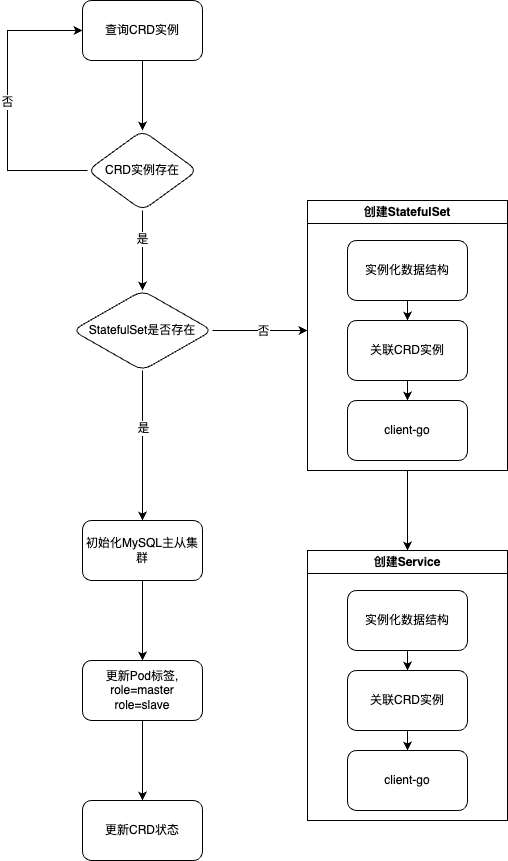
The draw.io diagram diagrams/MysqlOperator流程图.png in kbsonlong/notes_statics, before a commit. Source tidied: cells renumbered, new cells last; positions are measured from the earlier drawing's top-left corner, leaving out a move shared by most shapes.
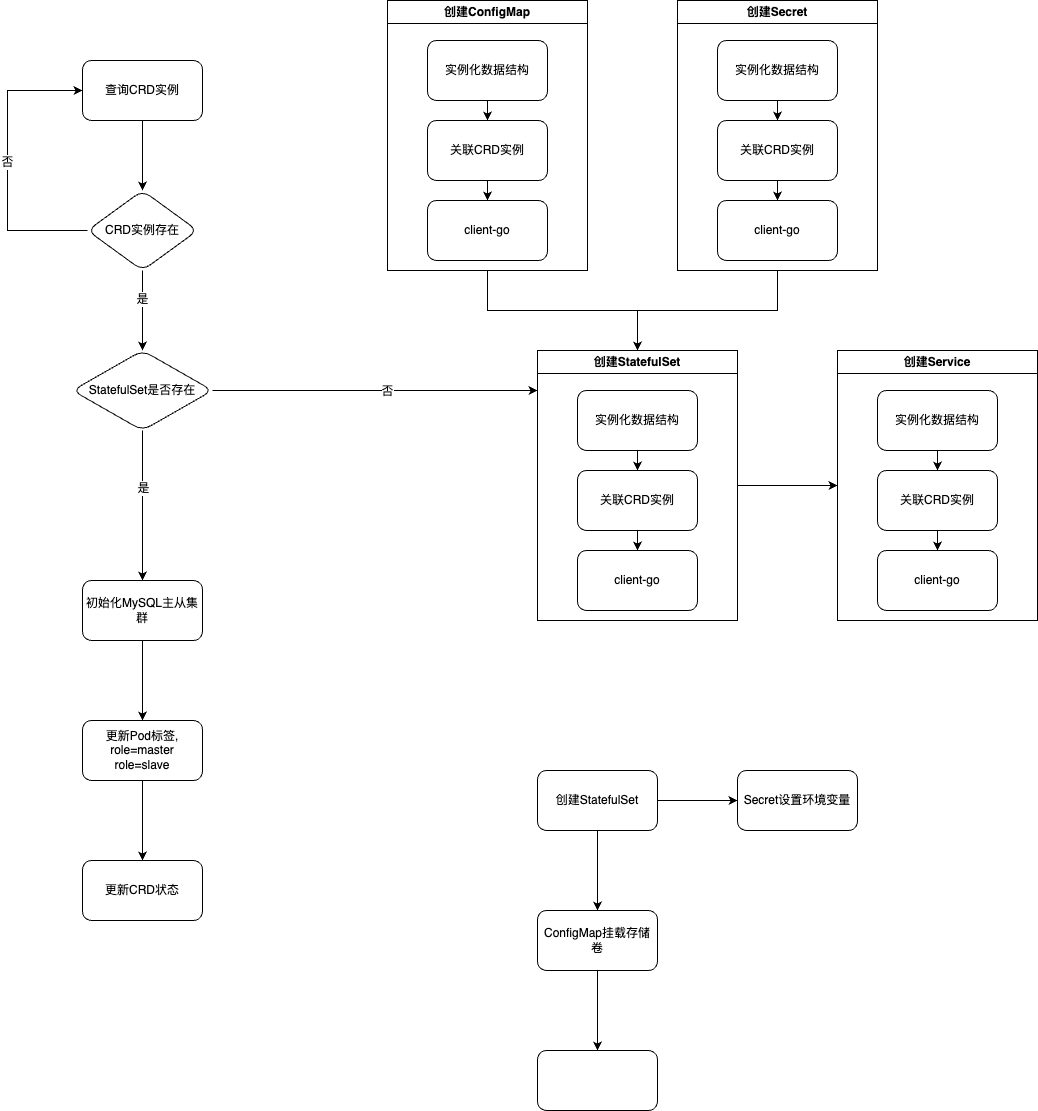
After the change.

Commit message:
更新MysqlOperator流程图.png

What changed in the source:
```diff
@@ -33,7 +33,7 @@
     </mxCell>
     <mxCell id="10" style="edgeStyle=orthogonalEdgeStyle;rounded=0;jettySize=auto;html=1;" parent="1" edge="1" source="12">
       <mxGeometry relative="1" as="geometry">
-        <mxPoint x="300" y="330" as="targetPoint" />
+        <mxPoint x="530" y="330" as="targetPoint" />
       </mxGeometry>
     </mxCell>
     <mxCell id="11" value="否" style="edgeLabel;html=1;align=center;verticalAlign=middle;" parent="10" vertex="1">
@@ -58,7 +58,7 @@
       <mxGeometry relative="1" as="geometry" />
     </mxCell>
     <mxCell id="18" value="实例化数据结构" style="whiteSpace=wrap;html=1;rounded=1;" parent="1" vertex="1">
-      <mxGeometry x="340" y="240" width="120" height="60" as="geometry" />
+      <mxGeometry x="420" y="-20" width="120" height="60" as="geometry" />
     </mxCell>
     <mxCell id="19" style="edgeStyle=orthogonalEdgeStyle;rounded=0;jettySize=auto;html=1;" parent="1" edge="1" source="21" target="22">
       <mxGeometry relative="1" as="geometry" />
@@ -67,22 +67,22 @@
       <mxGeometry relative="1" as="geometry" />
     </mxCell>
     <mxCell id="21" value="关联CRD实例" style="whiteSpace=wrap;html=1;rounded=1;" parent="1" vertex="1">
-      <mxGeometry x="340" y="320" width="120" height="60" as="geometry" />
+      <mxGeometry x="420" y="60" width="120" height="60" as="geometry" />
     </mxCell>
     <mxCell id="22" value="client-go" style="whiteSpace=wrap;html=1;rounded=1;" parent="1" vertex="1">
-      <mxGeometry x="340" y="400" width="120" height="60" as="geometry" />
+      <mxGeometry x="420" y="140" width="120" height="60" as="geometry" />
     </mxCell>
-    <mxCell id="23" style="edgeStyle=orthogonalEdgeStyle;rounded=0;jettySize=auto;html=1;exitX=0.5;exitY=1;exitDx=0;exitDy=0;entryX=0.5;entryY=0;entryDx=0;entryDy=0;" parent="1" edge="1" source="24" target="31">
-      <mxGeometry relative="1" as="geometry" />
-    </mxCell>
+    <mxCell id="33" style="edgeStyle=orthogonalEdgeStyle;rounded=0;jettySize=auto;html=1;entryX=0.5;entryY=0;entryDx=0;entryDy=0;" parent="1" edge="1" source="24" target="49">
+      <mxGeometry relative="1" as="geometry" />
+    </mxCell>
-    <mxCell id="24" value="创建StatefulSet" style="swimlane;whiteSpace=wrap;html=1;" parent="1" vertex="1">
-      <mxGeometry x="300" y="200" width="200" height="270" as="geometry" />
+    <mxCell id="24" value="创建ConfigMap" style="swimlane;whiteSpace=wrap;html=1;" parent="1" vertex="1">
+      <mxGeometry x="380" y="-60" width="200" height="270" as="geometry" />
     </mxCell>
     <mxCell id="25" style="edgeStyle=orthogonalEdgeStyle;rounded=0;jettySize=auto;html=1;" parent="1" edge="1" source="26" target="29">
       <mxGeometry relative="1" as="geometry" />
     </mxCell>
     <mxCell id="26" value="实例化数据结构" style="whiteSpace=wrap;html=1;rounded=1;" parent="1" vertex="1">
-      <mxGeometry x="340" y="590" width="120" height="60" as="geometry" />
+      <mxGeometry x="870" y="330" width="120" height="60" as="geometry" />
     </mxCell>
     <mxCell id="27" style="edgeStyle=orthogonalEdgeStyle;rounded=0;jettySize=auto;html=1;" parent="1" edge="1" source="29" target="30">
       <mxGeometry relative="1" as="geometry" />
@@ -91,16 +91,85 @@
       <mxGeometry relative="1" as="geometry" />
     </mxCell>
     <mxCell id="29" value="关联CRD实例" style="whiteSpace=wrap;html=1;rounded=1;" parent="1" vertex="1">
-      <mxGeometry x="340" y="670" width="120" height="60" as="geometry" />
+      <mxGeometry x="870" y="410" width="120" height="60" as="geometry" />
     </mxCell>
     <mxCell id="30" value="client-go" style="whiteSpace=wrap;html=1;rounded=1;" parent="1" vertex="1">
-      <mxGeometry x="340" y="750" width="120" height="60" as="geometry" />
+      <mxGeometry x="870" y="490" width="120" height="60" as="geometry" />
     </mxCell>
     <mxCell id="31" value="创建Service" style="swimlane;whiteSpace=wrap;html=1;" parent="1" vertex="1">
-      <mxGeometry x="300" y="550" width="200" height="270" as="geometry" />
+      <mxGeometry x="830" y="290" width="200" height="270" as="geometry" />
     </mxCell>
     <mxCell id="32" value="更新CRD状态" style="whiteSpace=wrap;html=1;rounded=1;" parent="1" vertex="1">
       <mxGeometry x="75" y="800" width="120" height="60" as="geometry" />
     </mxCell>
+    <mxCell id="34" style="edgeStyle=orthogonalEdgeStyle;rounded=0;jettySize=auto;html=1;" parent="1" edge="1" source="35" target="38">
+      <mxGeometry relative="1" as="geometry" />
+    </mxCell>
+    <mxCell id="35" value="实例化数据结构" style="whiteSpace=wrap;html=1;rounded=1;" parent="1" vertex="1">
+      <mxGeometry x="710" y="-20" width="120" height="60" as="geometry" />
+    </mxCell>
+    <mxCell id="36" style="edgeStyle=orthogonalEdgeStyle;rounded=0;jettySize=auto;html=1;" parent="1" edge="1" source="38" target="39">
+      <mxGeometry relative="1" as="geometry" />
+    </mxCell>
+    <mxCell id="37" style="edgeStyle=orthogonalEdgeStyle;rounded=0;jettySize=auto;html=1;" parent="1" edge="1" source="38" target="39">
+      <mxGeometry relative="1" as="geometry" />
+    </mxCell>
+    <mxCell id="38" value="关联CRD实例" style="whiteSpace=wrap;html=1;rounded=1;" parent="1" vertex="1">
+      <mxGeometry x="710" y="60" width="120" height="60" as="geometry" />
+    </mxCell>
+    <mxCell id="39" value="client-go" style="whiteSpace=wrap;html=1;rounded=1;" parent="1" vertex="1">
+      <mxGeometry x="710" y="140" width="120" height="60" as="geometry" />
+    </mxCell>
+    <mxCell id="40" style="edgeStyle=orthogonalEdgeStyle;rounded=0;jettySize=auto;html=1;entryX=0.5;entryY=0;entryDx=0;entryDy=0;" parent="1" edge="1" source="41" target="49">
+      <mxGeometry relative="1" as="geometry" />
+    </mxCell>
+    <mxCell id="41" value="创建Secret" style="swimlane;whiteSpace=wrap;html=1;" parent="1" vertex="1">
+      <mxGeometry x="670" y="-60" width="200" height="270" as="geometry" />
+    </mxCell>
+    <mxCell id="42" style="edgeStyle=orthogonalEdgeStyle;rounded=0;jettySize=auto;html=1;" parent="1" edge="1" source="43" target="46">
+      <mxGeometry relative="1" as="geometry" />
+    </mxCell>
+    <mxCell id="43" value="实例化数据结构" style="whiteSpace=wrap;html=1;rounded=1;" parent="1" vertex="1">
+      <mxGeometry x="570" y="330" width="120" height="60" as="geometry" />
+    </mxCell>
+    <mxCell id="44" style="edgeStyle=orthogonalEdgeStyle;rounded=0;jettySize=auto;html=1;" parent="1" edge="1" source="46" target="47">
+      <mxGeometry relative="1" as="geometry" />
+    </mxCell>
+    <mxCell id="45" style="edgeStyle=orthogonalEdgeStyle;rounded=0;jettySize=auto;html=1;" parent="1" edge="1" source="46" target="47">
+      <mxGeometry relative="1" as="geometry" />
+    </mxCell>
+    <mxCell id="46" value="关联CRD实例" style="whiteSpace=wrap;html=1;rounded=1;" parent="1" vertex="1">
+      <mxGeometry x="570" y="410" width="120" height="60" as="geometry" />
+    </mxCell>
+    <mxCell id="47" value="client-go" style="whiteSpace=wrap;html=1;rounded=1;" parent="1" vertex="1">
+      <mxGeometry x="570" y="490" width="120" height="60" as="geometry" />
+    </mxCell>
+    <mxCell id="48" style="edgeStyle=orthogonalEdgeStyle;rounded=0;jettySize=auto;html=1;entryX=0;entryY=0.5;entryDx=0;entryDy=0;" parent="1" edge="1" source="49" target="31">
+      <mxGeometry relative="1" as="geometry" />
+    </mxCell>
+    <mxCell id="49" value="创建StatefulSet" style="swimlane;whiteSpace=wrap;html=1;" parent="1" vertex="1">
+      <mxGeometry x="530" y="290" width="200" height="270" as="geometry" />
+    </mxCell>
+    <mxCell id="50" style="edgeStyle=orthogonalEdgeStyle;rounded=0;jettySize=auto;html=1;" parent="1" edge="1" source="52" target="54">
+      <mxGeometry relative="1" as="geometry" />
+    </mxCell>
+    <mxCell id="51" style="edgeStyle=orthogonalEdgeStyle;rounded=0;jettySize=auto;html=1;" parent="1" edge="1" source="52" target="55">
+      <mxGeometry relative="1" as="geometry" />
+    </mxCell>
+    <mxCell id="52" value="创建StatefulSet" style="rounded=1;whiteSpace=wrap;html=1;" parent="1" vertex="1">
+      <mxGeometry x="530" y="710" width="120" height="60" as="geometry" />
+    </mxCell>
+    <mxCell id="53" style="edgeStyle=orthogonalEdgeStyle;rounded=0;jettySize=auto;html=1;" parent="1" edge="1" source="54" target="56">
+      <mxGeometry relative="1" as="geometry" />
+    </mxCell>
+    <mxCell id="54" value="ConfigMap挂载存储卷" style="whiteSpace=wrap;html=1;rounded=1;" parent="1" vertex="1">
+      <mxGeometry x="530" y="850" width="120" height="60" as="geometry" />
+    </mxCell>
+    <mxCell id="55" value="Secret设置环境变量" style="whiteSpace=wrap;html=1;rounded=1;" parent="1" vertex="1">
+      <mxGeometry x="730" y="710" width="120" height="60" as="geometry" />
+    </mxCell>
+    <mxCell id="56" style="whiteSpace=wrap;html=1;rounded=1;" parent="1" vertex="1">
+      <mxGeometry x="530" y="990" width="120" height="60" as="geometry" />
+    </mxCell>
   </root>
 </mxGraphModel>
```
